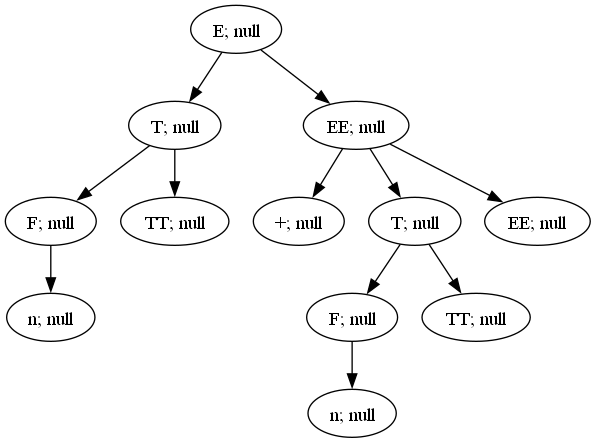
Ultimatereo/MT keeps this Graphviz diagram as lab4/graphA1.png. Above is the earlier version. Its source is kept beside it as lab4/graphA1.dot.
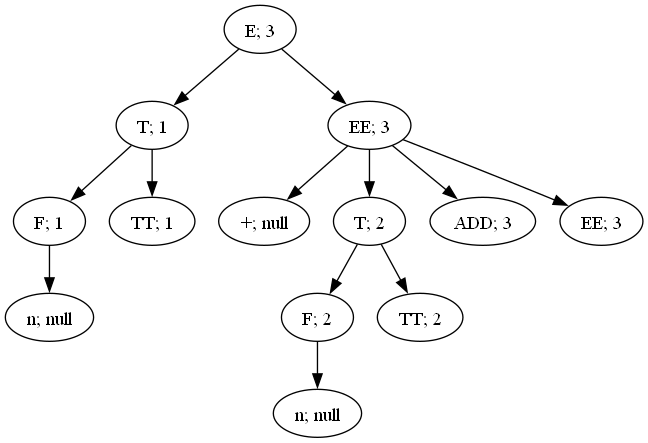
Above is the later version.

Diff of the diagram source:
```diff
@@ -1,36 +1,39 @@
 digraph ParserResult {
-"NonTerminal[name=E]_16" [label="E; null"]
-"NonTerminal[name=T]_8" [label="T; null"]
-"NonTerminal[name=E]_16"->"NonTerminal[name=T]_8";
-"NonTerminal[name=T]_8" [label="T; null"]
-"NonTerminal[name=F]_6" [label="F; null"]
+"NonTerminal[name=E]_17" [label="E; 3"]
+"NonTerminal[name=T]_8" [label="T; 1"]
+"NonTerminal[name=E]_17"->"NonTerminal[name=T]_8";
+"NonTerminal[name=T]_8" [label="T; 1"]
+"NonTerminal[name=F]_6" [label="F; 1"]
 "NonTerminal[name=T]_8"->"NonTerminal[name=F]_6";
-"NonTerminal[name=F]_6" [label="F; null"]
+"NonTerminal[name=F]_6" [label="F; 1"]
 "Token{name='n', value='1'}_5" [label="n; null"]
 "NonTerminal[name=F]_6"->"Token{name='n', value='1'}_5";
 "Token{name='n', value='1'}_5" [label="n; null"]
-"NonTerminal[name=TT]_7" [label="TT; null"]
+"NonTerminal[name=TT]_7" [label="TT; 1"]
 "NonTerminal[name=T]_8"->"NonTerminal[name=TT]_7";
-"NonTerminal[name=TT]_7" [label="TT; null"]
-"NonTerminal[name=EE]_15" [label="EE; null"]
-"NonTerminal[name=E]_16"->"NonTerminal[name=EE]_15";
-"NonTerminal[name=EE]_15" [label="EE; null"]
+"NonTerminal[name=TT]_7" [label="TT; 1"]
+"NonTerminal[name=EE]_16" [label="EE; 3"]
+"NonTerminal[name=E]_17"->"NonTerminal[name=EE]_16";
+"NonTerminal[name=EE]_16" [label="EE; 3"]
 "Token{name='+', value='+'}_9" [label="+; null"]
-"NonTerminal[name=EE]_15"->"Token{name='+', value='+'}_9";
+"NonTerminal[name=EE]_16"->"Token{name='+', value='+'}_9";
 "Token{name='+', value='+'}_9" [label="+; null"]
-"NonTerminal[name=T]_13" [label="T; null"]
-"NonTerminal[name=EE]_15"->"NonTerminal[name=T]_13";
-"NonTerminal[name=T]_13" [label="T; null"]
-"NonTerminal[name=F]_11" [label="F; null"]
+"NonTerminal[name=T]_13" [label="T; 2"]
+"NonTerminal[name=EE]_16"->"NonTerminal[name=T]_13";
+"NonTerminal[name=T]_13" [label="T; 2"]
+"NonTerminal[name=F]_11" [label="F; 2"]
 "NonTerminal[name=T]_13"->"NonTerminal[name=F]_11";
-"NonTerminal[name=F]_11" [label="F; null"]
+"NonTerminal[name=F]_11" [label="F; 2"]
 "Token{name='n', value='2'}_10" [label="n; null"]
 "NonTerminal[name=F]_11"->"Token{name='n', value='2'}_10";
 "Token{name='n', value='2'}_10" [label="n; null"]
-"NonTerminal[name=TT]_12" [label="TT; null"]
+"NonTerminal[name=TT]_12" [label="TT; 2"]
 "NonTerminal[name=T]_13"->"NonTerminal[name=TT]_12";
-"NonTerminal[name=TT]_12" [label="TT; null"]
-"NonTerminal[name=EE]_14" [label="EE; null"]
-"NonTerminal[name=EE]_15"->"NonTerminal[name=EE]_14";
-"NonTerminal[name=EE]_14" [label="EE; null"]
+"NonTerminal[name=TT]_12" [label="TT; 2"]
+"NonTerminal[name=ADD]_14" [label="ADD; 3"]
+"NonTerminal[name=EE]_16"->"NonTerminal[name=ADD]_14";
+"NonTerminal[name=ADD]_14" [label="ADD; 3"]
+"NonTerminal[name=EE]_15" [label="EE; 3"]
+"NonTerminal[name=EE]_16"->"NonTerminal[name=EE]_15";
+"NonTerminal[name=EE]_15" [label="EE; 3"]
 }
```
